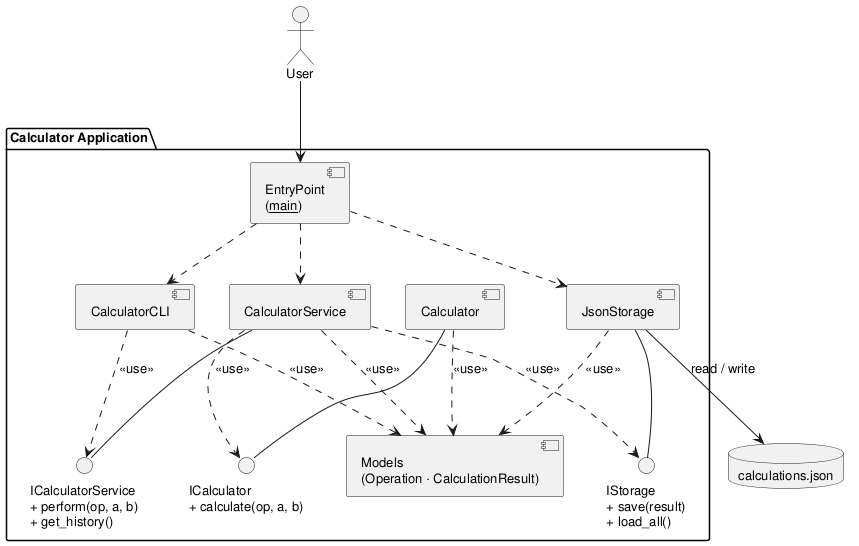
This is baseline/calculator/artifacts/component_diagram.png from DanielRiha8906/Software_autoevolution_using_agents, a PlantUML export, as it was before one commit. Source of this version:
```plantuml
@startuml component_diagram

skinparam componentStyle uml2
skinparam defaultFontSize 13

actor User

package "Calculator Application" {

    component [EntryPoint\n(__main__)] as Main

    component [CalculatorCLI]     as CLI
    component [CalculatorService] as Service
    component [Calculator]        as Calc
    component [JsonStorage]       as Store
    component [Models\n(Operation · CalculationResult)] as Models

    interface "ICalculatorService\n+ perform(op, a, b)\n+ get_history()" as ICS
    interface "ICalculator\n+ calculate(op, a, b)"    as ICalc
    interface "IStorage\n+ save(result)\n+ load_all()" as IStore

    Service -- ICS
    Calc    -- ICalc
    Store   -- IStore

    CLI     ..> ICS   : <<use>>
    Service ..> ICalc : <<use>>
    Service ..> IStore : <<use>>

    Main ..> CLI
    Main ..> Service
    Main ..> Store

    Service ..> Models : <<use>>
    CLI     ..> Models : <<use>>
    Calc    ..> Models : <<use>>
    Store   ..> Models : <<use>>
}

database "calculations.json" as DB

User  --> Main
Store --> DB : read / write

@enduml
```
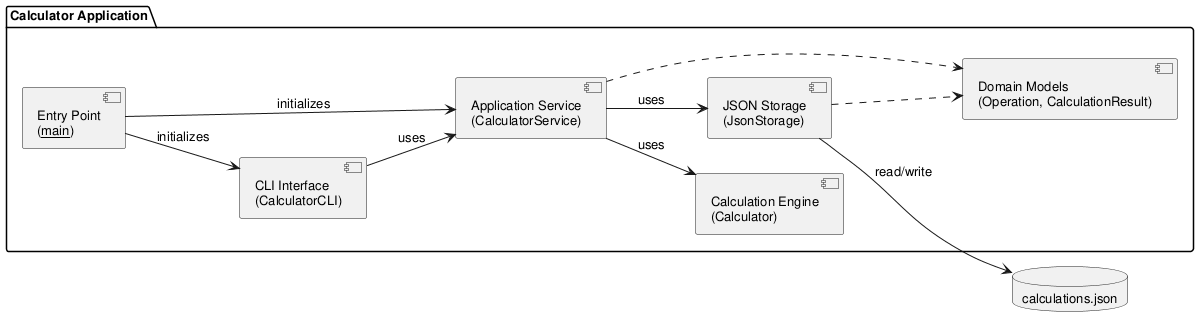
The same file after the commit.

Change to the diagram source:
```diff
@@ -2,44 +2,30 @@
 
 skinparam componentStyle uml2
 skinparam defaultFontSize 13
-
-actor User
+left to right direction
 
 package "Calculator Application" {
 
-    component [EntryPoint\n(__main__)] as Main
+    component "Entry Point\n(__main__)" as Main
+    component "CLI Interface\n(CalculatorCLI)" as CLI
+    component "Application Service\n(CalculatorService)" as Service
+    component "Calculation Engine\n(Calculator)" as Calc
+    component "JSON Storage\n(JsonStorage)" as Store
+    component "Domain Models\n(Operation, CalculationResult)" as Models
 
-    component [CalculatorCLI]     as CLI
-    component [CalculatorService] as Service
-    component [Calculator]        as Calc
-    component [JsonStorage]       as Store
-    component [Models\n(Operation · CalculationResult)] as Models
+    Main --> CLI : initializes
+    Main --> Service : initializes
 
-    interface "ICalculatorService\n+ perform(op, a, b)\n+ get_history()" as ICS
-    interface "ICalculator\n+ calculate(op, a, b)"    as ICalc
-    interface "IStorage\n+ save(result)\n+ load_all()" as IStore
+    CLI --> Service : uses
+    Service --> Calc : uses
+    Service --> Store : uses
 
-    Service -- ICS
-    Calc    -- ICalc
-    Store   -- IStore
-
-    CLI     ..> ICS   : <<use>>
-    Service ..> ICalc : <<use>>
-    Service ..> IStore : <<use>>
-
-    Main ..> CLI
-    Main ..> Service
-    Main ..> Store
-
-    Service ..> Models : <<use>>
-    CLI     ..> Models : <<use>>
-    Calc    ..> Models : <<use>>
-    Store   ..> Models : <<use>>
+    Service ..> Models
+    Store ..> Models
 }
 
 database "calculations.json" as DB
 
-User  --> Main
-Store --> DB : read / write
+Store --> DB : read/write
 
 @enduml
```
